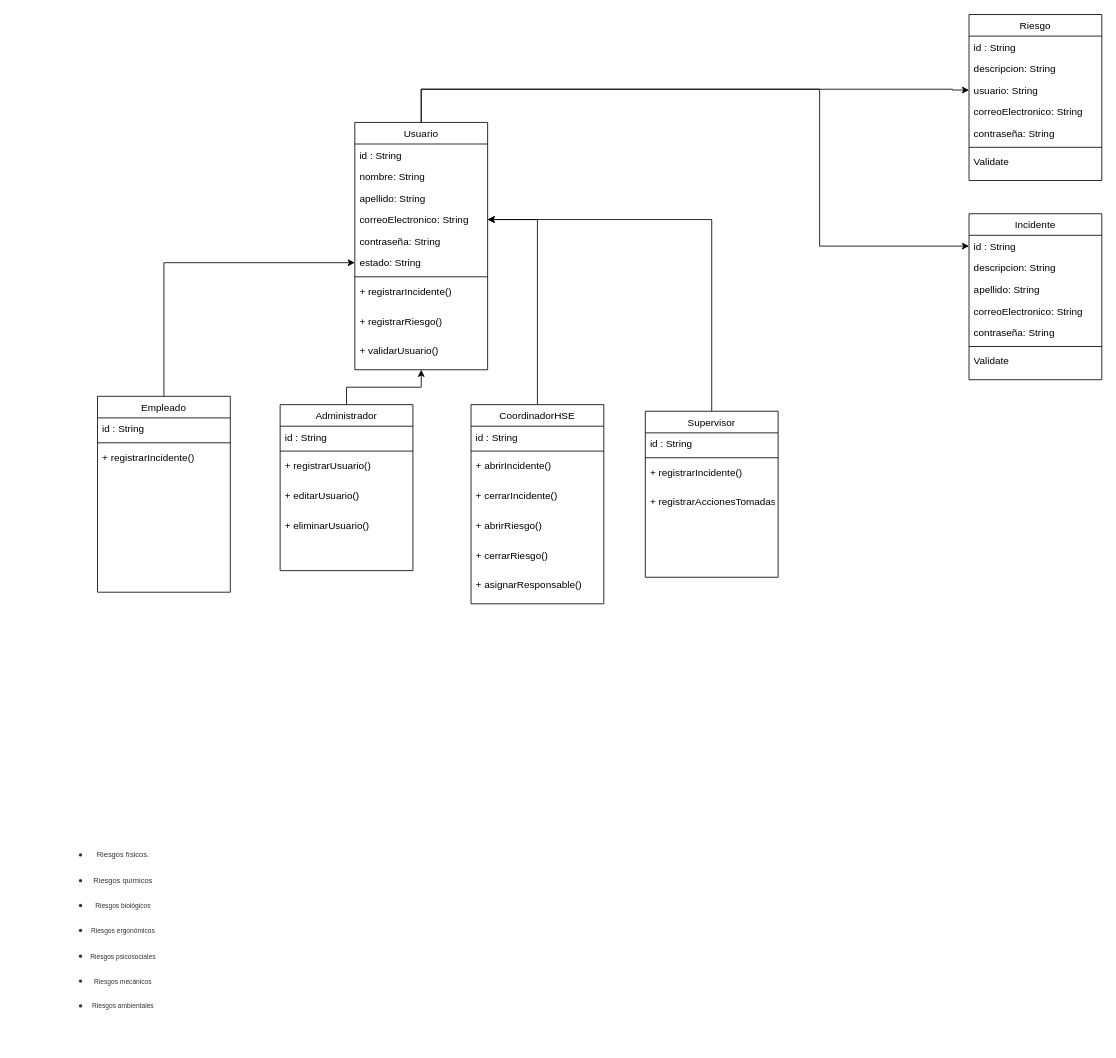
This is page "Dennis Rodriguez" (3 of 6) of Untitled Diagram.drawio from dpeter1290/riesgoseincidentesSST, a draw.io file, before an edit. Source tidied: cells renumbered, new cells numbered last; positions are measured from the earlier drawing's top-left corner, leaving out a move shared by most shapes. Both pictures are drawn from the tidied source at 83%, with x=0, y=0 at pixel (14, 14).
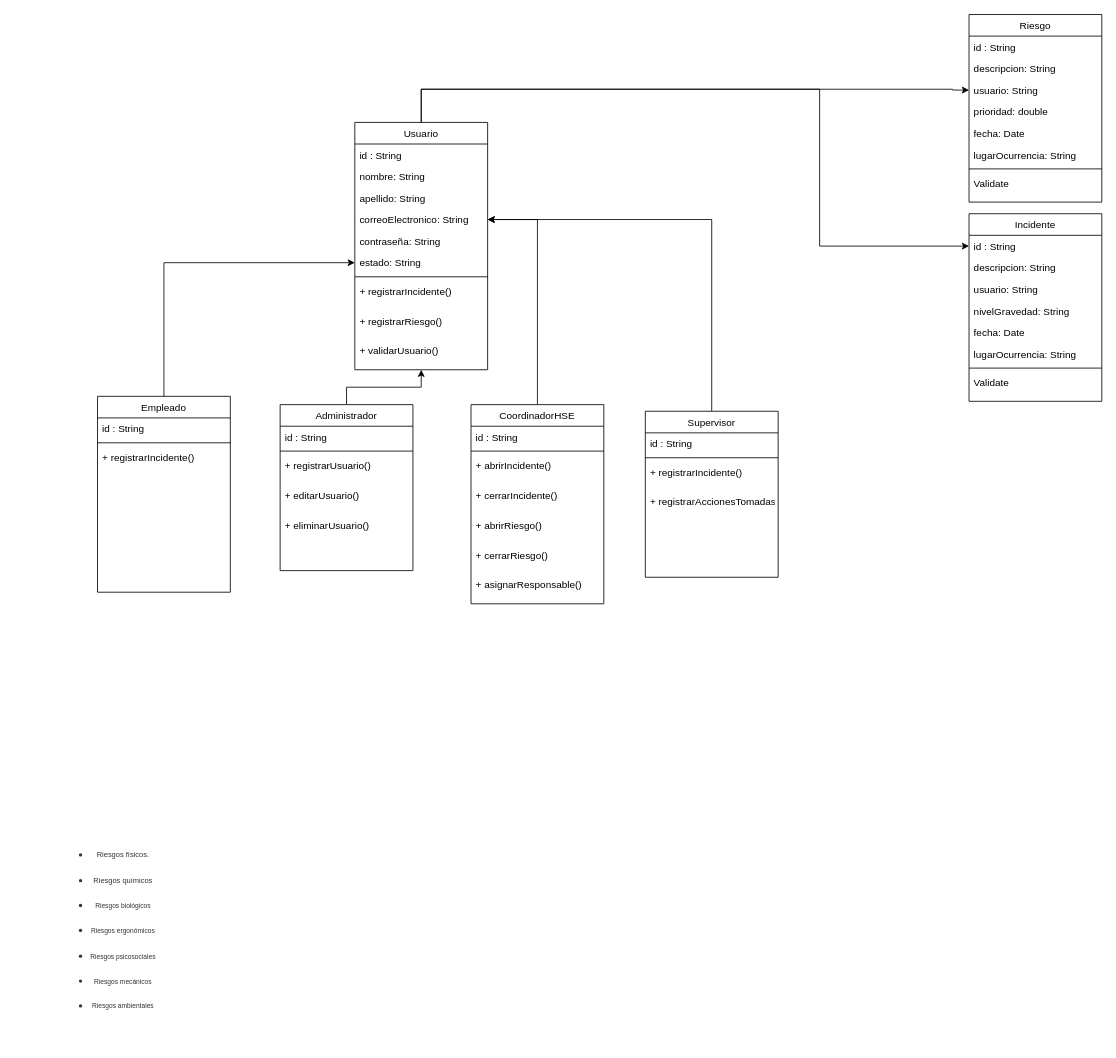
After the change.

The edit, as a diff of the source:
```diff
@@
     <mxCell id="15" value="Incidente" style="swimlane;fontStyle=0;align=center;verticalAlign=top;horizontal=1;startSize=26;rounded=0;shadow=0;strokeWidth=1;" parent="1" vertex="1">
-      <mxGeometry x="1150" y="240" width="160" height="200" as="geometry" />
+      <mxGeometry x="1150" y="240" width="160" height="226" as="geometry" />
     </mxCell>
@@
-    <mxCell id="18" value="apellido: String" style="text;align=left;verticalAlign=top;spacingLeft=4;spacingRight=4;overflow=hidden;rounded=0;shadow=0;html=0;" parent="15" vertex="1">
-      <mxGeometry y="78" width="160" height="26" as="geometry" />
-    </mxCell>
-    <mxCell id="19" value="correoElectronico: String" style="text;align=left;verticalAlign=top;spacingLeft=4;spacingRight=4;overflow=hidden;rounded=0;shadow=0;html=0;" parent="15" vertex="1">
-      <mxGeometry y="104" width="160" height="26" as="geometry" />
-    </mxCell>
+    <mxCell id="59" value="usuario: String" style="text;align=left;verticalAlign=top;spacingLeft=4;spacingRight=4;overflow=hidden;rounded=0;shadow=0;html=0;" parent="15" vertex="1">
+      <mxGeometry y="78" width="160" height="26" as="geometry" />
+    </mxCell>
-    <mxCell id="20" value="contraseña: String" style="text;align=left;verticalAlign=top;spacingLeft=4;spacingRight=4;overflow=hidden;rounded=0;shadow=0;html=0;" parent="15" vertex="1">
-      <mxGeometry y="130" width="160" height="26" as="geometry" />
+    <mxCell id="20" value="nivelGravedad: String" style="text;align=left;verticalAlign=top;spacingLeft=4;spacingRight=4;overflow=hidden;rounded=0;shadow=0;html=0;" parent="15" vertex="1">
+      <mxGeometry y="104" width="160" height="26" as="geometry" />
     </mxCell>
+    <mxCell id="60" value="fecha: Date" style="text;align=left;verticalAlign=top;spacingLeft=4;spacingRight=4;overflow=hidden;rounded=0;shadow=0;html=0;" parent="15" vertex="1">
+      <mxGeometry y="130" width="160" height="26" as="geometry" />
+    </mxCell>
+    <mxCell id="61" value="lugarOcurrencia: String" style="text;align=left;verticalAlign=top;spacingLeft=4;spacingRight=4;overflow=hidden;rounded=0;shadow=0;html=0;" parent="15" vertex="1">
+      <mxGeometry y="156" width="160" height="26" as="geometry" />
+    </mxCell>
     <mxCell id="21" style="line;html=1;strokeWidth=1;align=left;verticalAlign=middle;spacingTop=-1;spacingLeft=3;spacingRight=3;labelPosition=right;" parent="15" vertex="1">
-      <mxGeometry y="156" width="160" height="8" as="geometry" />
+      <mxGeometry y="182" width="160" height="8" as="geometry" />
     </mxCell>
     <mxCell id="22" value="Validate" style="text;align=left;verticalAlign=top;spacingLeft=4;spacingRight=4;overflow=hidden;" parent="15" vertex="1">
-      <mxGeometry y="164" width="160" height="36" as="geometry" />
+      <mxGeometry y="190" width="160" height="36" as="geometry" />
     </mxCell>
@@
     <mxCell id="35" value="Riesgo" style="swimlane;fontStyle=0;align=center;verticalAlign=top;horizontal=1;startSize=26;rounded=0;shadow=0;strokeWidth=1;" parent="1" vertex="1">
-      <mxGeometry x="1150" width="160" height="200" as="geometry" />
+      <mxGeometry x="1150" width="160" height="226" as="geometry" />
     </mxCell>
@@
-    <mxCell id="39" value="correoElectronico: String" style="text;align=left;verticalAlign=top;spacingLeft=4;spacingRight=4;overflow=hidden;rounded=0;shadow=0;html=0;" parent="35" vertex="1">
-      <mxGeometry y="104" width="160" height="26" as="geometry" />
-    </mxCell>
-    <mxCell id="40" value="contraseña: String" style="text;align=left;verticalAlign=top;spacingLeft=4;spacingRight=4;overflow=hidden;rounded=0;shadow=0;html=0;" parent="35" vertex="1">
-      <mxGeometry y="130" width="160" height="26" as="geometry" />
-    </mxCell>
+    <mxCell id="62" value="prioridad: double" style="text;align=left;verticalAlign=top;spacingLeft=4;spacingRight=4;overflow=hidden;rounded=0;shadow=0;html=0;" parent="35" vertex="1">
+      <mxGeometry y="104" width="160" height="26" as="geometry" />
+    </mxCell>
+    <mxCell id="63" value="fecha: Date" style="text;align=left;verticalAlign=top;spacingLeft=4;spacingRight=4;overflow=hidden;rounded=0;shadow=0;html=0;" parent="35" vertex="1">
+      <mxGeometry y="130" width="160" height="26" as="geometry" />
+    </mxCell>
+    <mxCell id="64" value="lugarOcurrencia: String" style="text;align=left;verticalAlign=top;spacingLeft=4;spacingRight=4;overflow=hidden;rounded=0;shadow=0;html=0;" parent="35" vertex="1">
+      <mxGeometry y="156" width="160" height="26" as="geometry" />
+    </mxCell>
     <mxCell id="41" style="line;html=1;strokeWidth=1;align=left;verticalAlign=middle;spacingTop=-1;spacingLeft=3;spacingRight=3;labelPosition=right;" parent="35" vertex="1">
-      <mxGeometry y="156" width="160" height="8" as="geometry" />
+      <mxGeometry y="182" width="160" height="8" as="geometry" />
     </mxCell>
     <mxCell id="42" value="Validate" style="text;align=left;verticalAlign=top;spacingLeft=4;spacingRight=4;overflow=hidden;" parent="35" vertex="1">
-      <mxGeometry y="164" width="160" height="36" as="geometry" />
+      <mxGeometry y="190" width="160" height="36" as="geometry" />
     </mxCell>
```
